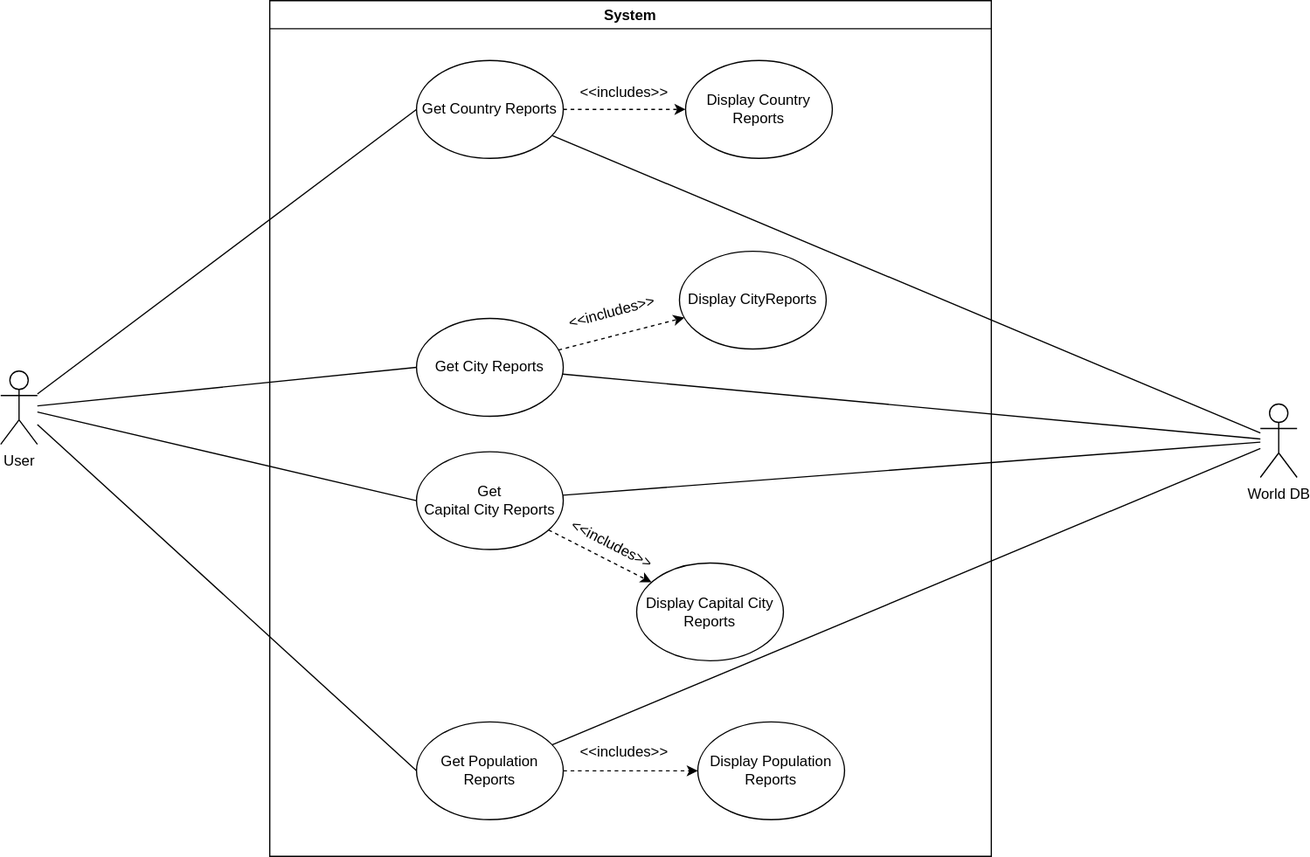
This is Documents/use-cases/Use Case Diagram.svg from Karl-40443517/coursework, a draw.io export, as it was before one commit. Source tidied: cells renumbered, new cells last; positions are measured from the earlier drawing's top-left corner, leaving out a move shared by most shapes.
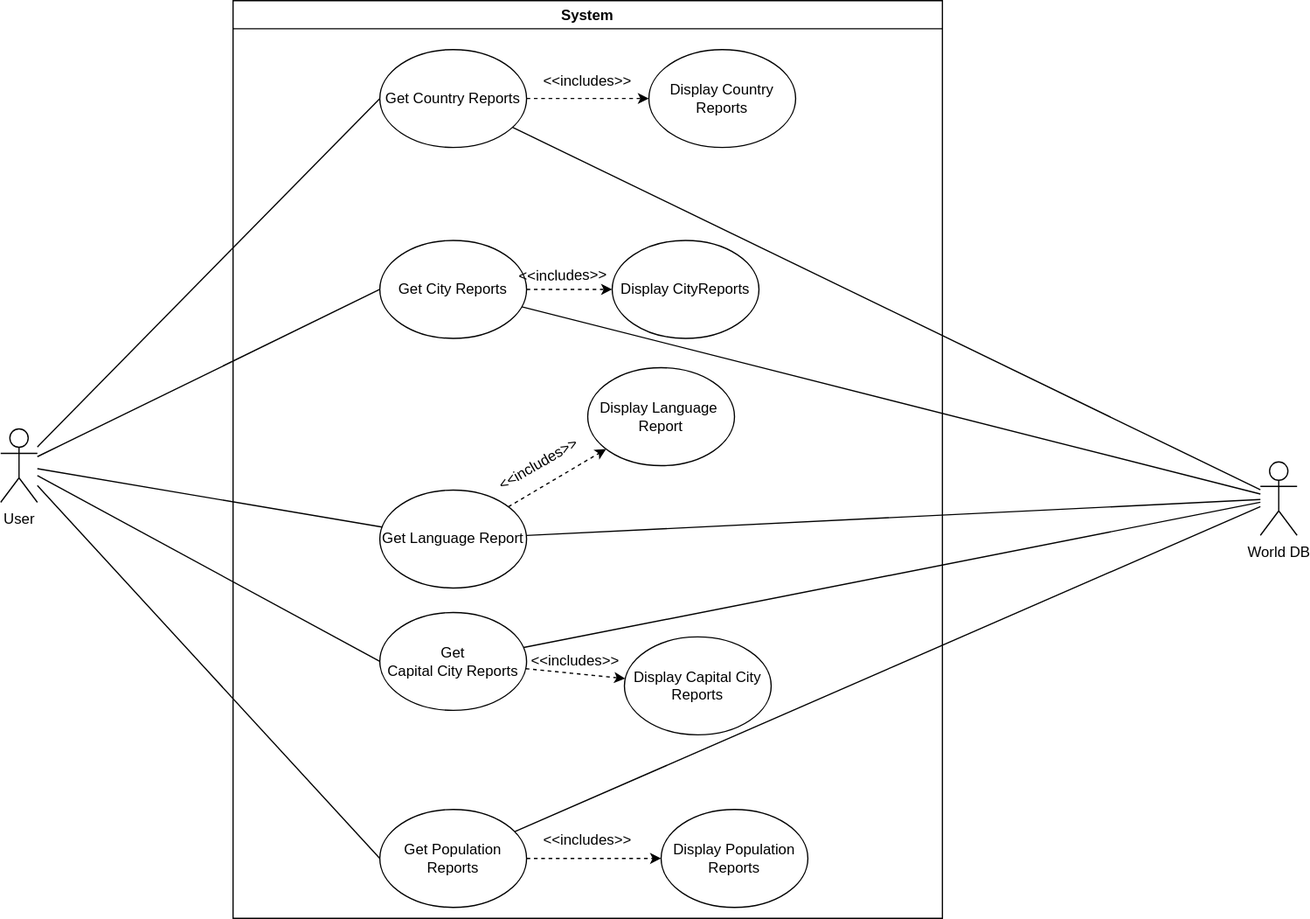
After the change.

Commit message:
Adds use cases and updates product backlog

What changed in the source:
```diff
@@ -2,69 +2,75 @@
   <root>
     <mxCell id="0" />
     <mxCell id="1" parent="0" />
-    <mxCell id="2" value="World DB" style="shape=umlActor;verticalLabelPosition=bottom;verticalAlign=top;html=1;outlineConnect=0;" parent="1" vertex="1">
-      <mxGeometry x="1030" y="330" width="30" height="60" as="geometry" />
-    </mxCell>
-    <mxCell id="3" value="User" style="shape=umlActor;verticalLabelPosition=bottom;verticalAlign=top;html=1;outlineConnect=0;" parent="1" vertex="1">
-      <mxGeometry y="303" width="30" height="60" as="geometry" />
-    </mxCell>
+    <mxCell id="28" value="System" style="swimlane;" parent="1" vertex="1">
+      <mxGeometry x="190" y="-47" width="580" height="750" as="geometry" />
+    </mxCell>
-    <mxCell id="4" value="Get&amp;nbsp;Country Reports" style="ellipse;whiteSpace=wrap;html=1;" parent="1" vertex="1">
-      <mxGeometry x="340" y="49" width="120" height="80" as="geometry" />
+    <mxCell id="4" value="Get&amp;nbsp;Country Reports" style="ellipse;whiteSpace=wrap;html=1;" parent="28" vertex="1">
+      <mxGeometry x="120" y="40" width="120" height="80" as="geometry" />
     </mxCell>
-    <mxCell id="5" value="Get&amp;nbsp;City Reports" style="ellipse;whiteSpace=wrap;html=1;" parent="1" vertex="1">
-      <mxGeometry x="340" y="260" width="120" height="80" as="geometry" />
+    <mxCell id="5" value="Get&amp;nbsp;City Reports" style="ellipse;whiteSpace=wrap;html=1;" parent="28" vertex="1">
+      <mxGeometry x="120" y="196" width="120" height="80" as="geometry" />
     </mxCell>
-    <mxCell id="6" value="&amp;nbsp;Get&amp;nbsp;&lt;br&gt;Capital City Reports" style="ellipse;whiteSpace=wrap;html=1;" parent="1" vertex="1">
-      <mxGeometry x="340" y="369" width="120" height="80" as="geometry" />
+    <mxCell id="6" value="&amp;nbsp;Get&amp;nbsp;&lt;br&gt;Capital City Reports" style="ellipse;whiteSpace=wrap;html=1;" parent="28" vertex="1">
+      <mxGeometry x="120" y="500" width="120" height="80" as="geometry" />
     </mxCell>
-    <mxCell id="7" value="Get Population Reports" style="ellipse;whiteSpace=wrap;html=1;" parent="1" vertex="1">
-      <mxGeometry x="340" y="590" width="120" height="80" as="geometry" />
+    <mxCell id="7" value="Get Population Reports" style="ellipse;whiteSpace=wrap;html=1;" parent="28" vertex="1">
+      <mxGeometry x="120" y="661" width="120" height="80" as="geometry" />
     </mxCell>
-    <mxCell id="8" style="endArrow=none;html=1;rounded=0;entryX=0;entryY=0.5;entryDx=0;entryDy=0;" parent="1" edge="1" source="3" target="4">
-      <mxGeometry relative="1" as="geometry" />
-    </mxCell>
-    <mxCell id="9" style="endArrow=none;html=1;rounded=0;entryX=0;entryY=0.5;entryDx=0;entryDy=0;" parent="1" edge="1" source="3" target="5">
-      <mxGeometry relative="1" as="geometry" />
-    </mxCell>
-    <mxCell id="10" style="endArrow=none;html=1;rounded=0;entryX=0;entryY=0.5;entryDx=0;entryDy=0;" parent="1" edge="1" source="3" target="6">
-      <mxGeometry relative="1" as="geometry" />
-    </mxCell>
-    <mxCell id="11" style="endArrow=none;html=1;rounded=0;entryX=0;entryY=0.5;entryDx=0;entryDy=0;" parent="1" edge="1" source="3" target="7">
-      <mxGeometry relative="1" as="geometry" />
-    </mxCell>
-    <mxCell id="12" style="edgeStyle=none;rounded=0;jettySize=auto;html=1;startArrow=none;startFill=0;endArrow=classic;endFill=1;dashed=1;" parent="1" edge="1" source="4" target="14">
+    <mxCell id="12" style="edgeStyle=none;rounded=0;jettySize=auto;html=1;startArrow=none;startFill=0;endArrow=classic;endFill=1;dashed=1;" parent="28" edge="1" source="4" target="14">
       <mxGeometry relative="1" as="geometry" />
     </mxCell>
-    <mxCell id="13" value="&amp;lt;&amp;lt;includes&amp;gt;&amp;gt;" style="text;html=1;strokeColor=none;fillColor=none;align=center;verticalAlign=middle;whiteSpace=wrap;rounded=0;rotation=0;" parent="1" vertex="1">
-      <mxGeometry x="480" y="60" width="60" height="30" as="geometry" />
+    <mxCell id="13" value="&amp;lt;&amp;lt;includes&amp;gt;&amp;gt;" style="text;html=1;strokeColor=none;fillColor=none;align=center;verticalAlign=middle;whiteSpace=wrap;rounded=0;rotation=0;" parent="28" vertex="1">
+      <mxGeometry x="260" y="51" width="60" height="30" as="geometry" />
     </mxCell>
-    <mxCell id="14" value="Display Country Reports" style="ellipse;whiteSpace=wrap;html=1;" parent="1" vertex="1">
-      <mxGeometry x="560" y="49" width="120" height="80" as="geometry" />
+    <mxCell id="14" value="Display Country Reports" style="ellipse;whiteSpace=wrap;html=1;" parent="28" vertex="1">
+      <mxGeometry x="340" y="40" width="120" height="80" as="geometry" />
     </mxCell>
-    <mxCell id="15" value="Display&amp;nbsp;CityReports" style="ellipse;whiteSpace=wrap;html=1;" parent="1" vertex="1">
-      <mxGeometry x="555" y="205" width="120" height="80" as="geometry" />
+    <mxCell id="15" value="Display&amp;nbsp;CityReports" style="ellipse;whiteSpace=wrap;html=1;" parent="28" vertex="1">
+      <mxGeometry x="310" y="196" width="120" height="80" as="geometry" />
     </mxCell>
-    <mxCell id="16" value="Display&amp;nbsp;Capital City Reports" style="ellipse;whiteSpace=wrap;html=1;" parent="1" vertex="1">
-      <mxGeometry x="520" y="460" width="120" height="80" as="geometry" />
+    <mxCell id="16" value="Display&amp;nbsp;Capital City Reports" style="ellipse;whiteSpace=wrap;html=1;" parent="28" vertex="1">
+      <mxGeometry x="320" y="520" width="120" height="80" as="geometry" />
     </mxCell>
-    <mxCell id="17" value="Display&amp;nbsp;Population Reports" style="ellipse;whiteSpace=wrap;html=1;" parent="1" vertex="1">
-      <mxGeometry x="570" y="590" width="120" height="80" as="geometry" />
+    <mxCell id="17" value="Display&amp;nbsp;Population Reports" style="ellipse;whiteSpace=wrap;html=1;" parent="28" vertex="1">
+      <mxGeometry x="350" y="661" width="120" height="80" as="geometry" />
     </mxCell>
-    <mxCell id="18" style="edgeStyle=none;rounded=0;jettySize=auto;html=1;startArrow=none;startFill=0;endArrow=classic;endFill=1;dashed=1;" parent="1" edge="1" source="5" target="15">
+    <mxCell id="18" style="edgeStyle=none;rounded=0;jettySize=auto;html=1;startArrow=none;startFill=0;endArrow=classic;endFill=1;dashed=1;" parent="28" edge="1" source="5" target="15">
       <mxGeometry relative="1" as="geometry" />
     </mxCell>
-    <mxCell id="19" style="edgeStyle=none;rounded=0;jettySize=auto;html=1;startArrow=none;startFill=0;endArrow=classic;endFill=1;dashed=1;" parent="1" edge="1" source="6" target="16">
+    <mxCell id="19" style="edgeStyle=none;rounded=0;jettySize=auto;html=1;startArrow=none;startFill=0;endArrow=classic;endFill=1;dashed=1;" parent="28" edge="1" source="6" target="16">
       <mxGeometry relative="1" as="geometry" />
     </mxCell>
-    <mxCell id="20" style="edgeStyle=none;rounded=0;jettySize=auto;html=1;startArrow=none;startFill=0;endArrow=classic;endFill=1;dashed=1;" parent="1" edge="1" source="7" target="17">
+    <mxCell id="20" style="edgeStyle=none;rounded=0;jettySize=auto;html=1;startArrow=none;startFill=0;endArrow=classic;endFill=1;dashed=1;" parent="28" edge="1" source="7" target="17">
       <mxGeometry relative="1" as="geometry" />
     </mxCell>
-    <mxCell id="21" value="&amp;lt;&amp;lt;includes&amp;gt;&amp;gt;" style="text;html=1;strokeColor=none;fillColor=none;align=center;verticalAlign=middle;whiteSpace=wrap;rounded=0;rotation=0;" parent="1" vertex="1">
-      <mxGeometry x="480" y="600" width="60" height="30" as="geometry" />
+    <mxCell id="21" value="&amp;lt;&amp;lt;includes&amp;gt;&amp;gt;" style="text;html=1;strokeColor=none;fillColor=none;align=center;verticalAlign=middle;whiteSpace=wrap;rounded=0;rotation=0;" parent="28" vertex="1">
+      <mxGeometry x="260" y="671" width="60" height="30" as="geometry" />
     </mxCell>
-    <mxCell id="22" value="&amp;lt;&amp;lt;includes&amp;gt;&amp;gt;" style="text;html=1;strokeColor=none;fillColor=none;align=center;verticalAlign=middle;whiteSpace=wrap;rounded=0;rotation=27;" parent="1" vertex="1">
-      <mxGeometry x="470" y="430" width="60" height="30" as="geometry" />
+    <mxCell id="22" value="&amp;lt;&amp;lt;includes&amp;gt;&amp;gt;" style="text;html=1;strokeColor=none;fillColor=none;align=center;verticalAlign=middle;whiteSpace=wrap;rounded=0;rotation=0;" parent="28" vertex="1">
+      <mxGeometry x="250" y="525" width="60" height="30" as="geometry" />
     </mxCell>
+    <mxCell id="27" value="&amp;lt;&amp;lt;includes&amp;gt;&amp;gt;" style="text;html=1;strokeColor=none;fillColor=none;align=center;verticalAlign=middle;whiteSpace=wrap;rounded=0;rotation=-1;" parent="28" vertex="1">
+      <mxGeometry x="240" y="210" width="60" height="30" as="geometry" />
+    </mxCell>
+    <mxCell id="29" value="Get&amp;nbsp;Language Report" style="ellipse;whiteSpace=wrap;html=1;" parent="28" vertex="1">
+      <mxGeometry x="120" y="400" width="120" height="80" as="geometry" />
+    </mxCell>
+    <mxCell id="30" value="Display Language&amp;nbsp;&lt;br&gt;Report" style="ellipse;whiteSpace=wrap;html=1;" parent="28" vertex="1">
+      <mxGeometry x="290" y="300" width="120" height="80" as="geometry" />
+    </mxCell>
+    <mxCell id="31" style="edgeStyle=none;rounded=0;jettySize=auto;html=1;startArrow=none;startFill=0;endArrow=classic;endFill=1;dashed=1;" parent="28" edge="1" source="29" target="30">
+      <mxGeometry relative="1" as="geometry" />
+    </mxCell>
+    <mxCell id="32" value="&amp;lt;&amp;lt;includes&amp;gt;&amp;gt;" style="text;html=1;strokeColor=none;fillColor=none;align=center;verticalAlign=middle;whiteSpace=wrap;rounded=0;rotation=-30;" parent="28" vertex="1">
+      <mxGeometry x="220" y="364" width="60" height="30" as="geometry" />
+    </mxCell>
+    <mxCell id="2" value="World DB" style="shape=umlActor;verticalLabelPosition=bottom;verticalAlign=top;html=1;outlineConnect=0;" parent="1" vertex="1">
+      <mxGeometry x="1030" y="330" width="30" height="60" as="geometry" />
+    </mxCell>
+    <mxCell id="3" value="User" style="shape=umlActor;verticalLabelPosition=bottom;verticalAlign=top;html=1;outlineConnect=0;" parent="1" vertex="1">
+      <mxGeometry y="303" width="30" height="60" as="geometry" />
+    </mxCell>
     <mxCell id="23" style="endArrow=none;html=1;rounded=0;" parent="1" edge="1" source="6" target="2">
       <mxGeometry relative="1" as="geometry" />
     </mxCell>
@@ -77,11 +83,23 @@
     <mxCell id="26" style="endArrow=none;html=1;rounded=0;" parent="1" edge="1" source="4" target="2">
       <mxGeometry relative="1" as="geometry" />
     </mxCell>
-    <mxCell id="27" value="&amp;lt;&amp;lt;includes&amp;gt;&amp;gt;" style="text;html=1;strokeColor=none;fillColor=none;align=center;verticalAlign=middle;whiteSpace=wrap;rounded=0;rotation=-15;" parent="1" vertex="1">
-      <mxGeometry x="470" y="240" width="60" height="30" as="geometry" />
-    </mxCell>
-    <mxCell id="28" value="System" style="swimlane;" parent="1" vertex="1">
-      <mxGeometry x="220" width="590" height="700" as="geometry" />
-    </mxCell>
+    <mxCell id="8" style="endArrow=none;html=1;rounded=0;entryX=0;entryY=0.5;entryDx=0;entryDy=0;" parent="1" edge="1" source="3" target="4">
+      <mxGeometry relative="1" as="geometry" />
+    </mxCell>
+    <mxCell id="9" style="endArrow=none;html=1;rounded=0;entryX=0;entryY=0.5;entryDx=0;entryDy=0;" parent="1" edge="1" source="3" target="5">
+      <mxGeometry relative="1" as="geometry" />
+    </mxCell>
+    <mxCell id="10" style="endArrow=none;html=1;rounded=0;entryX=0;entryY=0.5;entryDx=0;entryDy=0;" parent="1" edge="1" source="3" target="6">
+      <mxGeometry relative="1" as="geometry" />
+    </mxCell>
+    <mxCell id="11" style="endArrow=none;html=1;rounded=0;entryX=0;entryY=0.5;entryDx=0;entryDy=0;" parent="1" edge="1" source="3" target="7">
+      <mxGeometry relative="1" as="geometry" />
+    </mxCell>
+    <mxCell id="33" style="endArrow=none;html=1;rounded=0;" parent="1" edge="1" source="3" target="29">
+      <mxGeometry relative="1" as="geometry" />
+    </mxCell>
+    <mxCell id="34" style="endArrow=none;html=1;rounded=0;" parent="1" edge="1" source="29" target="2">
+      <mxGeometry relative="1" as="geometry" />
+    </mxCell>
   </root>
 </mxGraphModel>
```
